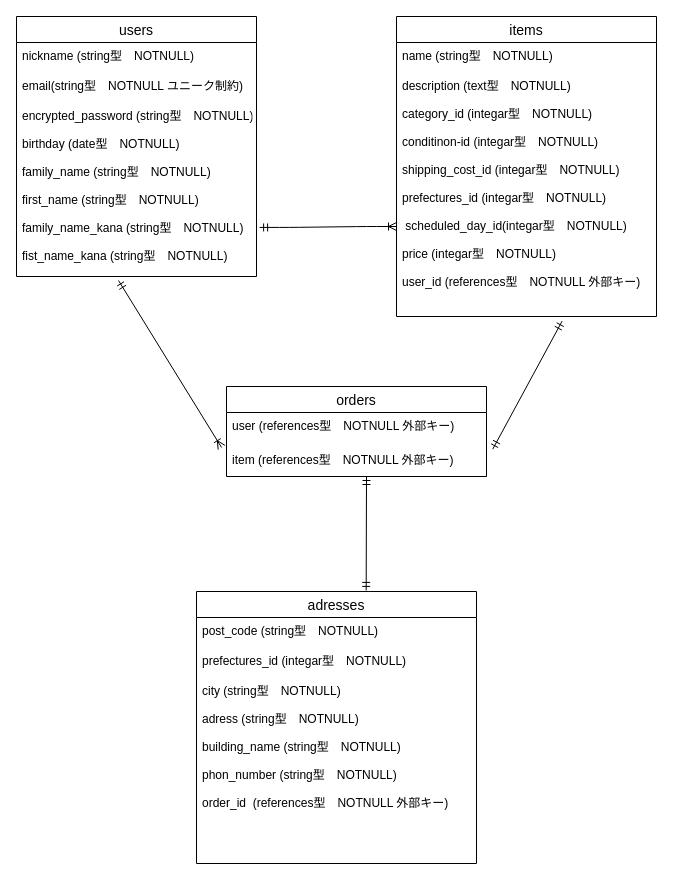
Earlier version of the draw.io diagram furima.dio (FUJITASHOGO2190/furima-38244). Source tidied: cells renumbered, new cells numbered last; positions are measured from the earlier drawing's top-left corner, leaving out a move shared by most shapes. Both pictures are drawn from the tidied source at 100%, with x=0, y=0 at pixel (16, 16).
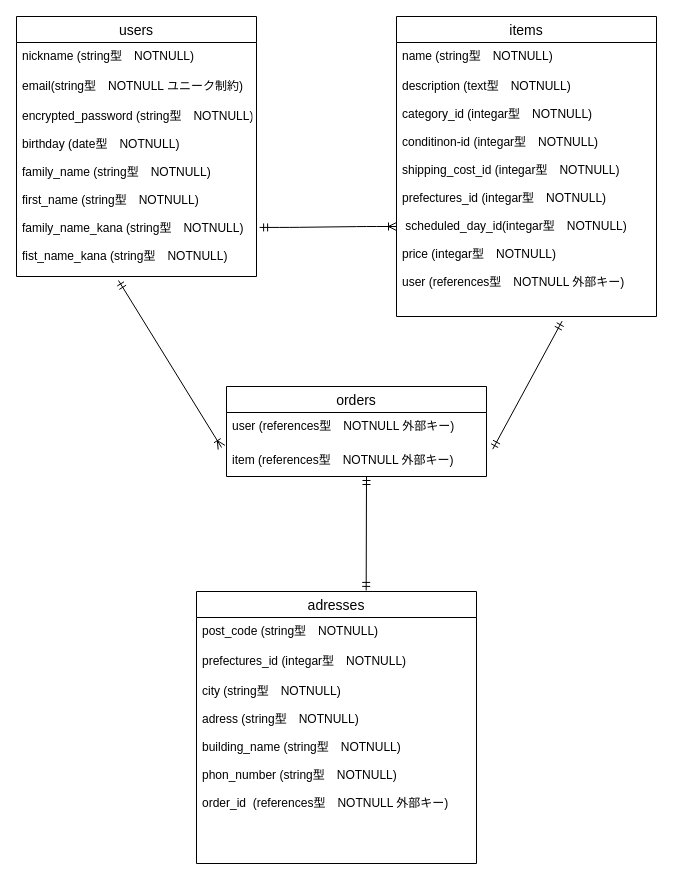
Above is the later version.

Commit message:
データベース設計、修正８

The change refers to these unchanged cells:
```xml
<mxCell id="6" value="items" style="swimlane;fontStyle=0;horizontal=1;startSize=26;align=center;fontSize=14;" parent="1" vertex="1">
  <mxGeometry x="380" width="260" height="300" as="geometry" />
</mxCell>
```

Change to the diagram source:
```diff
@@
-    <mxCell id="8" value="description (text型　NOTNULL)&#10;&#10;category_id (integar型　NOTNULL)&#10;&#10;conditinon-id (integar型　NOTNULL)&#10;&#10;shipping_cost_id (integar型　NOTNULL)&#10;&#10;prefectures_id (integar型　NOTNULL)&#10;&#10; scheduled_day_id(integar型　NOTNULL)&#10;&#10;price (integar型　NOTNULL)&#10;&#10;user_id (references型　NOTNULL 外部キー)&#10;" style="text;strokeColor=none;fillColor=none;spacingLeft=4;spacingRight=4;overflow=hidden;points=[[0,0.5],[1,0.5]];portConstraint=eastwest;fontSize=12;" parent="6" vertex="1">
+    <mxCell id="8" value="description (text型　NOTNULL)&#10;&#10;category_id (integar型　NOTNULL)&#10;&#10;conditinon-id (integar型　NOTNULL)&#10;&#10;shipping_cost_id (integar型　NOTNULL)&#10;&#10;prefectures_id (integar型　NOTNULL)&#10;&#10; scheduled_day_id(integar型　NOTNULL)&#10;&#10;price (integar型　NOTNULL)&#10;&#10;user (references型　NOTNULL 外部キー)&#10;" style="text;strokeColor=none;fillColor=none;spacingLeft=4;spacingRight=4;overflow=hidden;points=[[0,0.5],[1,0.5]];portConstraint=eastwest;fontSize=12;" parent="6" vertex="1">
       <mxGeometry y="56" width="260" height="244" as="geometry" />
     </mxCell>
```
